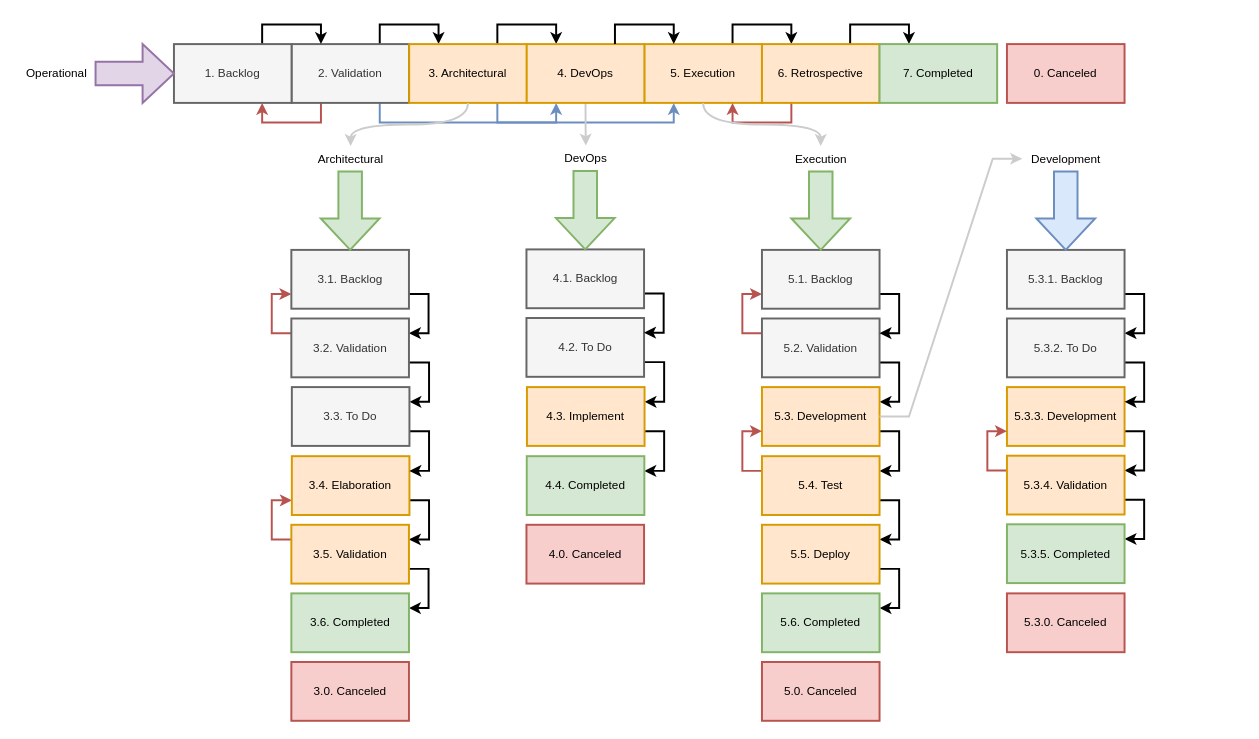
Above: page "Fluxos" (3 of 8) of modelagem de processos.drawio in DimasPicinato/Metodologia-PI (draw.io), before the change. Source tidied: cells renumbered, new cells numbered last; positions are measured from the earlier drawing's top-left corner, leaving out a move shared by most shapes. Both pictures are drawn from the tidied source at 98%, with x=0, y=0 at pixel (17, 43).
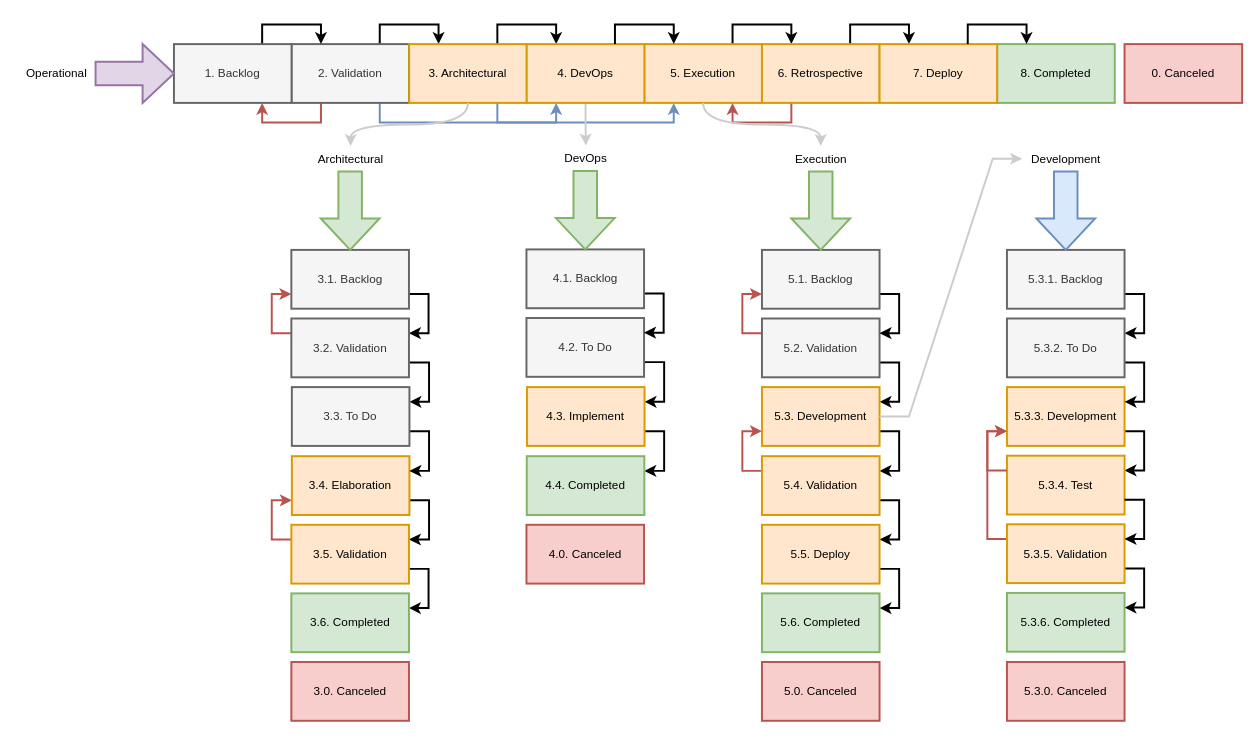
Above is the later version.

Unchanged cells that the change refers to:
```xml
<mxCell id="10" value="6. Retrospective" style="rounded=0;whiteSpace=wrap;html=1;fillColor=#ffe6cc;strokeColor=#d79b00;strokeWidth=2;" parent="1" vertex="1">
  <mxGeometry x="760" y="0.5" width="120" height="60" as="geometry" />
</mxCell>
<mxCell id="31" value="5.3.3. Development" style="rounded=0;whiteSpace=wrap;html=1;fillColor=#ffe6cc;strokeColor=#d79b00;strokeWidth=2;" parent="1" vertex="1">
  <mxGeometry x="1010" y="350.5" width="120" height="60" as="geometry" />
</mxCell>
```

What changed in the source:
```diff
@@
-    <mxCell id="8" style="edgeStyle=orthogonalEdgeStyle;rounded=0;jettySize=auto;html=1;exitX=0.75;exitY=0;exitDx=0;exitDy=0;entryX=0.25;entryY=0;entryDx=0;entryDy=0;strokeWidth=2;" parent="1" edge="1" source="10" target="11">
+    <mxCell id="8" style="edgeStyle=orthogonalEdgeStyle;rounded=0;jettySize=auto;html=1;exitX=0.75;exitY=0;exitDx=0;exitDy=0;entryX=0.25;entryY=0;entryDx=0;entryDy=0;strokeWidth=2;" parent="1" edge="1" source="10" target="84">
       <mxGeometry relative="1" as="geometry" />
     </mxCell>
@@
-    <mxCell id="11" value="7. Completed" style="rounded=0;whiteSpace=wrap;html=1;fillColor=#d5e8d4;strokeColor=#82b366;strokeWidth=2;" parent="1" vertex="1">
-      <mxGeometry x="880" y="0.5" width="120" height="60" as="geometry" />
+    <mxCell id="11" value="8. Completed" style="rounded=0;whiteSpace=wrap;html=1;fillColor=#d5e8d4;strokeColor=#82b366;strokeWidth=2;" parent="1" vertex="1">
+      <mxGeometry x="1000" y="0.5" width="120" height="60" as="geometry" />
     </mxCell>
     <mxCell id="12" value="0. Canceled" style="rounded=0;whiteSpace=wrap;html=1;fillColor=#f8cecc;strokeColor=#b85450;strokeWidth=2;" parent="1" vertex="1">
-      <mxGeometry x="1010" y="0.5" width="120" height="60" as="geometry" />
+      <mxGeometry x="1130" y="0.5" width="120" height="60" as="geometry" />
     </mxCell>
@@
-    <mxCell id="23" value="5.4. Test" style="rounded=0;whiteSpace=wrap;html=1;fillColor=#ffe6cc;strokeColor=#d79b00;strokeWidth=2;" parent="1" vertex="1">
+    <mxCell id="23" value="5.4. Validation" style="rounded=0;whiteSpace=wrap;html=1;fillColor=#ffe6cc;strokeColor=#d79b00;strokeWidth=2;" parent="1" vertex="1">
       <mxGeometry x="760" y="421" width="120" height="60" as="geometry" />
     </mxCell>
@@
-    <mxCell id="30" style="edgeStyle=orthogonalEdgeStyle;rounded=0;jettySize=auto;html=1;exitX=1;exitY=0.75;exitDx=0;exitDy=0;entryX=1;entryY=0.25;entryDx=0;entryDy=0;strokeWidth=2;" parent="1" edge="1" source="31" target="34">
+    <mxCell id="30" style="edgeStyle=orthogonalEdgeStyle;rounded=0;jettySize=auto;html=1;exitX=1;exitY=0.75;exitDx=0;exitDy=0;entryX=1;entryY=0.25;entryDx=0;entryDy=0;strokeWidth=2;" parent="1" edge="1" source="31" target="81">
       <mxGeometry relative="1" as="geometry" />
     </mxCell>
@@
-    <mxCell id="34" value="5.3.4. Validation" style="rounded=0;whiteSpace=wrap;html=1;fillColor=#ffe6cc;strokeColor=#d79b00;strokeWidth=2;" parent="1" vertex="1">
-      <mxGeometry x="1010" y="420.5" width="120" height="60" as="geometry" />
+    <mxCell id="34" value="5.3.5. Validation" style="rounded=0;whiteSpace=wrap;html=1;fillColor=#ffe6cc;strokeColor=#d79b00;strokeWidth=2;" parent="1" vertex="1">
+      <mxGeometry x="1010" y="490.5" width="120" height="60" as="geometry" />
     </mxCell>
-    <mxCell id="35" value="5.3.5. Completed" style="rounded=0;whiteSpace=wrap;html=1;fillColor=#d5e8d4;strokeColor=#82b366;strokeWidth=2;" parent="1" vertex="1">
-      <mxGeometry x="1010" y="490.5" width="120" height="60" as="geometry" />
+    <mxCell id="35" value="5.3.6. Completed" style="rounded=0;whiteSpace=wrap;html=1;fillColor=#d5e8d4;strokeColor=#82b366;strokeWidth=2;" parent="1" vertex="1">
+      <mxGeometry x="1010" y="560.5" width="120" height="60" as="geometry" />
     </mxCell>
     <mxCell id="36" value="5.3.0. Canceled" style="rounded=0;whiteSpace=wrap;html=1;fillColor=#f8cecc;strokeColor=#b85450;strokeWidth=2;" parent="1" vertex="1">
-      <mxGeometry x="1010" y="561" width="120" height="60" as="geometry" />
+      <mxGeometry x="1010" y="631" width="120" height="60" as="geometry" />
     </mxCell>
@@
+    <mxCell id="81" value="5.3.4. Test" style="rounded=0;whiteSpace=wrap;html=1;fillColor=#ffe6cc;strokeColor=#d79b00;strokeWidth=2;" parent="1" vertex="1">
+      <mxGeometry x="1010" y="420.5" width="120" height="60" as="geometry" />
+    </mxCell>
+    <mxCell id="82" style="edgeStyle=orthogonalEdgeStyle;rounded=0;jettySize=auto;html=1;exitX=1;exitY=0.75;exitDx=0;exitDy=0;entryX=1;entryY=0.25;entryDx=0;entryDy=0;strokeWidth=2;" parent="1" edge="1" source="81" target="34">
+      <mxGeometry relative="1" as="geometry" />
+    </mxCell>
+    <mxCell id="83" style="edgeStyle=orthogonalEdgeStyle;rounded=0;jettySize=auto;html=1;exitX=0;exitY=0.25;exitDx=0;exitDy=0;entryX=0;entryY=0.75;entryDx=0;entryDy=0;fillColor=#f8cecc;strokeColor=#b85450;strokeWidth=2;" parent="1" edge="1" source="81" target="31">
+      <mxGeometry relative="1" as="geometry" />
+    </mxCell>
+    <mxCell id="84" value="7. Deploy" style="rounded=0;whiteSpace=wrap;html=1;fillColor=#ffe6cc;strokeColor=#d79b00;strokeWidth=2;" parent="1" vertex="1">
+      <mxGeometry x="880" y="0.5" width="120" height="60" as="geometry" />
+    </mxCell>
+    <mxCell id="85" style="edgeStyle=orthogonalEdgeStyle;rounded=0;jettySize=auto;html=1;exitX=0.75;exitY=0;exitDx=0;exitDy=0;entryX=0.25;entryY=0;entryDx=0;entryDy=0;strokeWidth=2;" parent="1" edge="1" source="84" target="11">
+      <mxGeometry relative="1" as="geometry" />
+    </mxCell>
```
